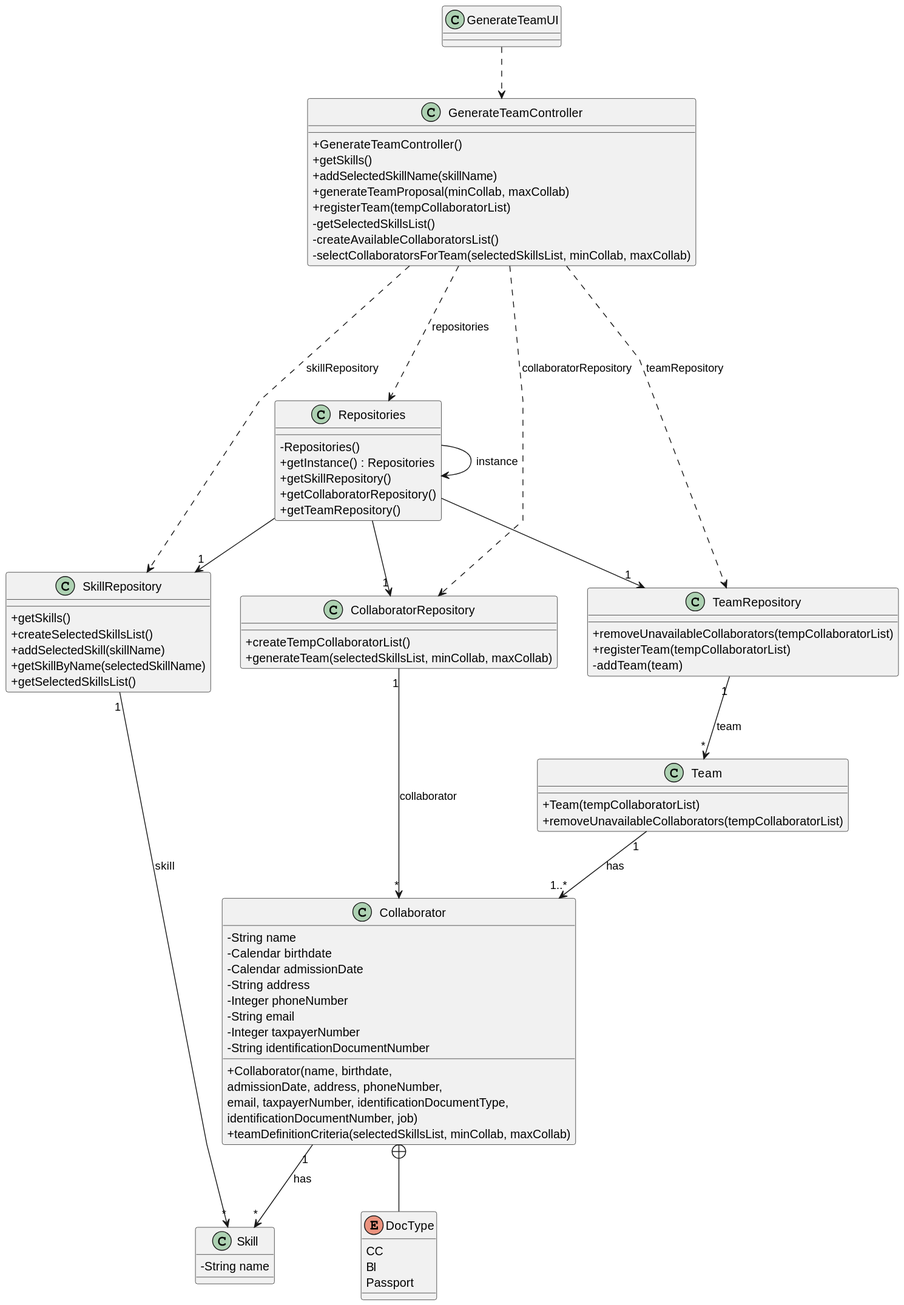
This is docs/sprintB/us005/03.design/svg/us005-class-diagram.svg from Departamento-de-Engenharia-Informatica/lei-24-s2-1dm-g132, a PlantUML export, as it was before one commit.
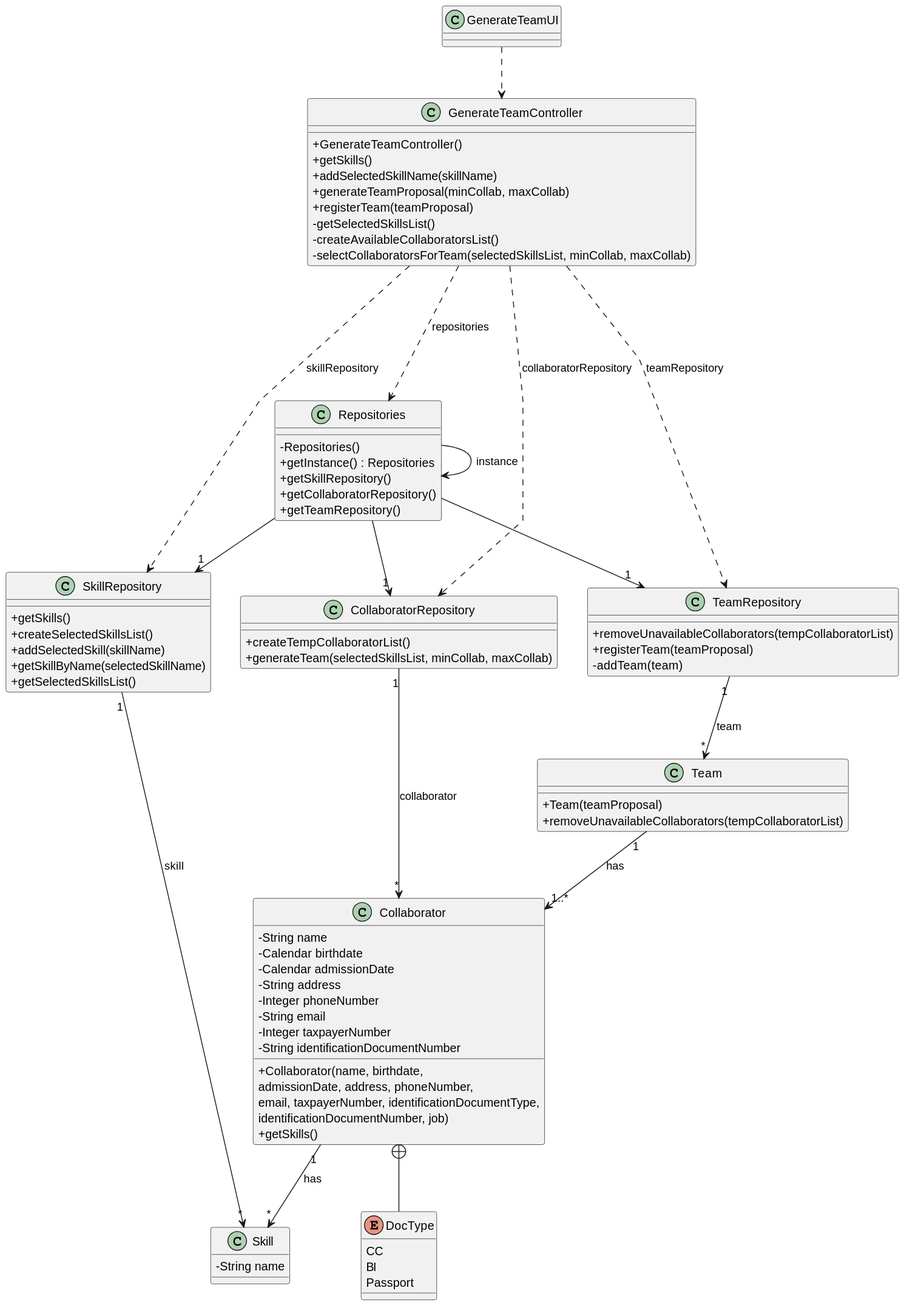
After the commit.

What changed in the source:
```diff
@@ -17,7 +17,7 @@
     + getSkills()
     + addSelectedSkillName(skillName)
     + generateTeamProposal(minCollab, maxCollab)
-    + registerTeam(tempCollaboratorList)
+    + registerTeam(teamProposal)
     - getSelectedSkillsList()
     - createAvailableCollaboratorsList()
     - selectCollaboratorsForTeam(selectedSkillsList, minCollab, maxCollab)
@@ -52,7 +52,7 @@
 class TeamRepository
 {
     + removeUnavailableCollaborators(tempCollaboratorList)
-    + registerTeam(tempCollaboratorList)
+    + registerTeam(teamProposal)
     - addTeam(team)
 }
 
@@ -67,7 +67,7 @@
     - Integer taxpayerNumber
     - String identificationDocumentNumber
     + Collaborator(name, birthdate,\nadmissionDate, address, phoneNumber,\nemail, taxpayerNumber, identificationDocumentType,\nidentificationDocumentNumber, job)
-    + teamDefinitionCriteria(selectedSkillsList, minCollab, maxCollab)
+    + getSkills()
 }
 
 enum DocType
@@ -84,7 +84,7 @@
 
 class Team
 {
-    + Team(tempCollaboratorList)
+    + Team(teamProposal)
     + removeUnavailableCollaborators(tempCollaboratorList)
 }
 
```
